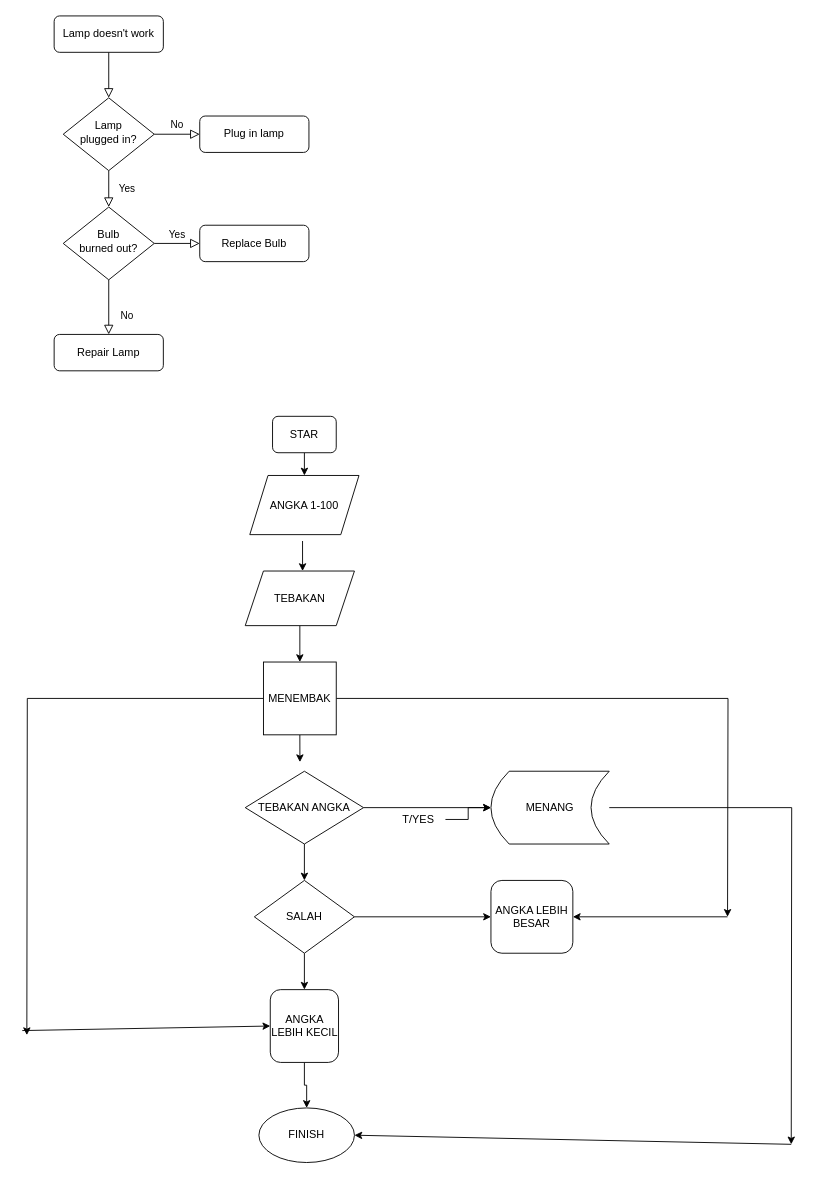
hendrayuda1710/algo_A_23241022 keeps this draw.io diagram as Untitled Diagram.drawio. Above is the earlier version. Source tidied: cells renumbered, new cells numbered last; positions are measured from the earlier drawing's top-left corner, leaving out a move shared by most shapes. Both pictures are drawn from the tidied source at 91%, with x=0, y=0 at pixel (22, 15).
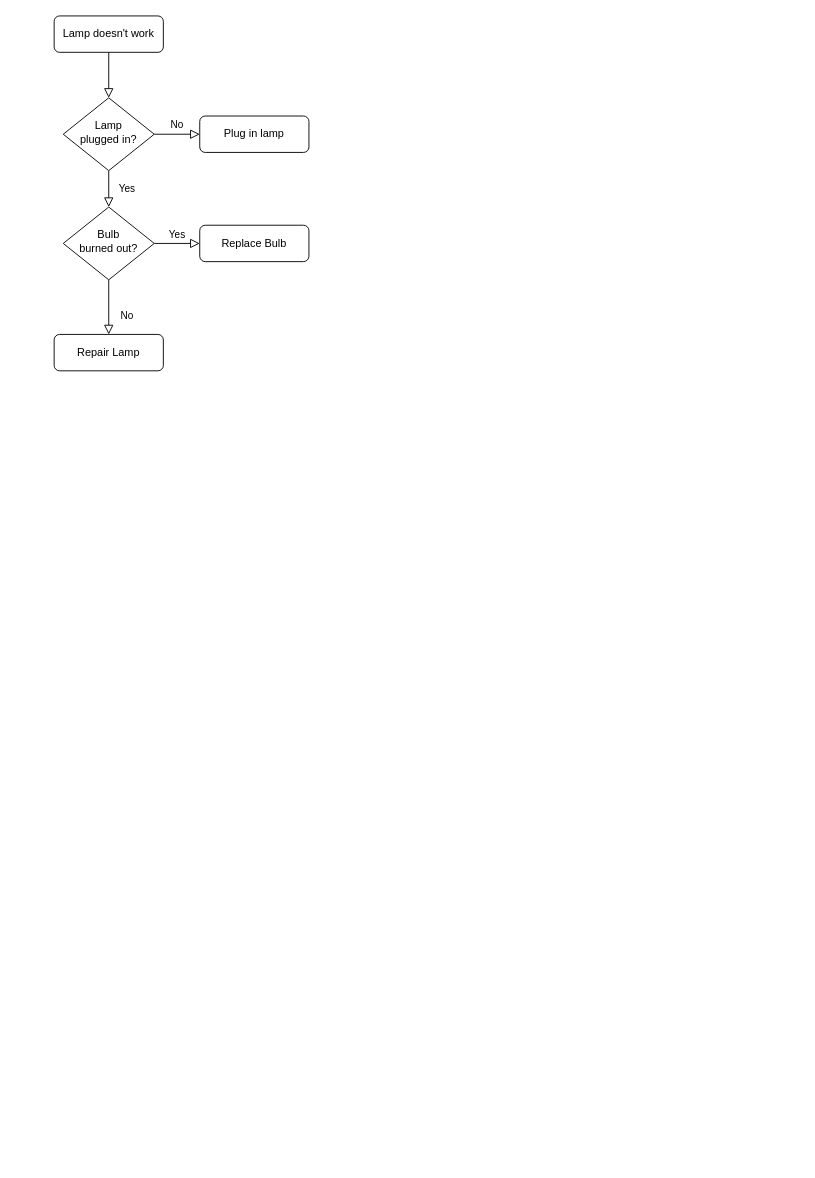
After the change.

The edit, as a diff of the source:
```diff
@@
-    <mxCell id="13" value="ANGKA 1-100" style="shape=parallelogram;perimeter=parallelogramPerimeter;whiteSpace=wrap;html=1;fixedSize=1;" parent="1" vertex="1">
-      <mxGeometry x="250" y="505" width="120" height="65" as="geometry" />
-    </mxCell>
-    <mxCell id="14" style="edgeStyle=orthogonalEdgeStyle;rounded=0;jettySize=auto;html=1;exitX=0.5;exitY=1;exitDx=0;exitDy=0;entryX=0.5;entryY=0;entryDx=0;entryDy=0;" parent="1" edge="1" source="15" target="13">
-      <mxGeometry relative="1" as="geometry" />
-    </mxCell>
-    <mxCell id="15" value="STAR" style="rounded=1;whiteSpace=wrap;html=1;" parent="1" vertex="1">
-      <mxGeometry x="275" y="440" width="70" height="40" as="geometry" />
-    </mxCell>
-    <mxCell id="16" style="edgeStyle=orthogonalEdgeStyle;rounded=0;jettySize=auto;html=1;exitX=0.5;exitY=1;exitDx=0;exitDy=0;entryX=0.5;entryY=0;entryDx=0;entryDy=0;" parent="1" edge="1" source="17" target="21">
-      <mxGeometry relative="1" as="geometry" />
-    </mxCell>
-    <mxCell id="17" value="TEBAKAN" style="shape=parallelogram;perimeter=parallelogramPerimeter;whiteSpace=wrap;html=1;fixedSize=1;" parent="1" vertex="1">
-      <mxGeometry x="245" y="610" width="120" height="60" as="geometry" />
-    </mxCell>
-    <mxCell id="18" style="edgeStyle=orthogonalEdgeStyle;rounded=0;jettySize=auto;html=1;exitX=0;exitY=0.5;exitDx=0;exitDy=0;exitPerimeter=0;" parent="1" edge="1" source="21">
-      <mxGeometry relative="1" as="geometry">
-        <mxPoint x="5" y="1120" as="targetPoint" />
-      </mxGeometry>
-    </mxCell>
-    <mxCell id="19" style="edgeStyle=orthogonalEdgeStyle;rounded=0;jettySize=auto;html=1;exitX=1;exitY=0.5;exitDx=0;exitDy=0;" parent="1" edge="1" source="21">
-      <mxGeometry relative="1" as="geometry">
-        <mxPoint x="775" y="990" as="targetPoint" />
-      </mxGeometry>
-    </mxCell>
-    <mxCell id="20" style="edgeStyle=orthogonalEdgeStyle;rounded=0;jettySize=auto;html=1;exitX=0.5;exitY=1;exitDx=0;exitDy=0;" parent="1" edge="1" source="21">
-      <mxGeometry relative="1" as="geometry">
-        <mxPoint x="305.1" y="820" as="targetPoint" />
-      </mxGeometry>
-    </mxCell>
-    <mxCell id="21" value="MENEMBAK" style="whiteSpace=wrap;html=1;" parent="1" vertex="1">
-      <mxGeometry x="265" y="710" width="80" height="80" as="geometry" />
-    </mxCell>
-    <mxCell id="22" style="edgeStyle=orthogonalEdgeStyle;rounded=0;jettySize=auto;html=1;exitX=1;exitY=0.5;exitDx=0;exitDy=0;" parent="1" edge="1" source="24" target="33">
-      <mxGeometry relative="1" as="geometry" />
-    </mxCell>
-    <mxCell id="23" style="edgeStyle=orthogonalEdgeStyle;rounded=0;jettySize=auto;html=1;exitX=0.5;exitY=1;exitDx=0;exitDy=0;entryX=0.5;entryY=0;entryDx=0;entryDy=0;" parent="1" edge="1" source="24" target="27">
-      <mxGeometry relative="1" as="geometry" />
-    </mxCell>
-    <mxCell id="24" value="TEBAKAN ANGKA" style="rhombus;whiteSpace=wrap;html=1;" parent="1" vertex="1">
-      <mxGeometry x="245" y="830" width="130" height="80" as="geometry" />
-    </mxCell>
-    <mxCell id="25" style="edgeStyle=orthogonalEdgeStyle;rounded=0;jettySize=auto;html=1;exitX=1;exitY=0.5;exitDx=0;exitDy=0;entryX=0;entryY=0.5;entryDx=0;entryDy=0;" parent="1" edge="1" source="27" target="34">
-      <mxGeometry relative="1" as="geometry" />
-    </mxCell>
-    <mxCell id="26" style="edgeStyle=orthogonalEdgeStyle;rounded=0;jettySize=auto;html=1;exitX=0.5;exitY=1;exitDx=0;exitDy=0;entryX=0.5;entryY=0;entryDx=0;entryDy=0;" parent="1" edge="1" source="27" target="29">
-      <mxGeometry relative="1" as="geometry" />
-    </mxCell>
-    <mxCell id="27" value="SALAH" style="rhombus;whiteSpace=wrap;html=1;" parent="1" vertex="1">
-      <mxGeometry x="255" y="950" width="110" height="80" as="geometry" />
-    </mxCell>
-    <mxCell id="28" style="edgeStyle=orthogonalEdgeStyle;rounded=0;jettySize=auto;html=1;exitX=0.5;exitY=1;exitDx=0;exitDy=0;entryX=0.5;entryY=0;entryDx=0;entryDy=0;" parent="1" edge="1" source="29" target="30">
-      <mxGeometry relative="1" as="geometry" />
-    </mxCell>
-    <mxCell id="29" value="&lt;div&gt;ANGKA&lt;/div&gt;&lt;div&gt;LEBIH KECIL&lt;br&gt;&lt;/div&gt;" style="rounded=1;whiteSpace=wrap;html=1;" parent="1" vertex="1">
-      <mxGeometry x="272.5" y="1070" width="75" height="80" as="geometry" />
-    </mxCell>
-    <mxCell id="30" value="FINISH" style="ellipse;whiteSpace=wrap;html=1;" parent="1" vertex="1">
-      <mxGeometry x="260" y="1200" width="105" height="60" as="geometry" />
-    </mxCell>
-    <mxCell id="31" style="endArrow=classic;html=1;rounded=0;exitX=0.483;exitY=1.108;exitDx=0;exitDy=0;exitPerimeter=0;" parent="1" edge="1" source="13">
-      <mxGeometry relative="1" as="geometry">
-        <mxPoint x="308" y="610" as="targetPoint" />
-      </mxGeometry>
-    </mxCell>
-    <mxCell id="32" style="edgeStyle=orthogonalEdgeStyle;rounded=0;jettySize=auto;html=1;" parent="1" edge="1" source="33">
-      <mxGeometry relative="1" as="geometry">
-        <mxPoint x="845" y="1240" as="targetPoint" />
-      </mxGeometry>
-    </mxCell>
-    <mxCell id="33" value="MENANG" style="shape=dataStorage;whiteSpace=wrap;html=1;fixedSize=1;" parent="1" vertex="1">
-      <mxGeometry x="515" y="830" width="130" height="80" as="geometry" />
-    </mxCell>
-    <mxCell id="34" value="&lt;div&gt;ANGKA LEBIH&lt;/div&gt;&lt;div&gt;BESAR &lt;br&gt;&lt;/div&gt;" style="rounded=1;whiteSpace=wrap;html=1;" parent="1" vertex="1">
-      <mxGeometry x="515" y="950" width="90" height="80" as="geometry" />
-    </mxCell>
-    <mxCell id="35" style="edgeStyle=orthogonalEdgeStyle;rounded=0;jettySize=auto;html=1;" parent="1" edge="1" source="36" target="33">
-      <mxGeometry relative="1" as="geometry" />
-    </mxCell>
-    <mxCell id="36" value="T/YES" style="text;html=1;align=center;verticalAlign=middle;points=[];strokeColor=none;fillColor=none;" parent="1" vertex="1">
-      <mxGeometry x="405" y="868" width="60" height="30" as="geometry" />
-    </mxCell>
-    <mxCell id="37" style="endArrow=classic;html=1;rounded=0;entryX=1;entryY=0.5;entryDx=0;entryDy=0;" parent="1" edge="1" target="34">
-      <mxGeometry relative="1" as="geometry">
-        <mxPoint x="775" y="990" as="sourcePoint" />
-      </mxGeometry>
-    </mxCell>
-    <mxCell id="38" style="endArrow=classic;html=1;rounded=0;entryX=1;entryY=0.5;entryDx=0;entryDy=0;" parent="1" edge="1" target="30">
-      <mxGeometry relative="1" as="geometry">
-        <mxPoint x="845" y="1240" as="sourcePoint" />
-      </mxGeometry>
-    </mxCell>
-    <mxCell id="39" style="endArrow=classic;html=1;rounded=0;entryX=0;entryY=0.5;entryDx=0;entryDy=0;" parent="1" edge="1" target="29">
-      <mxGeometry relative="1" as="geometry">
-        <mxPoint y="1115" as="sourcePoint" />
-      </mxGeometry>
-    </mxCell>
```
